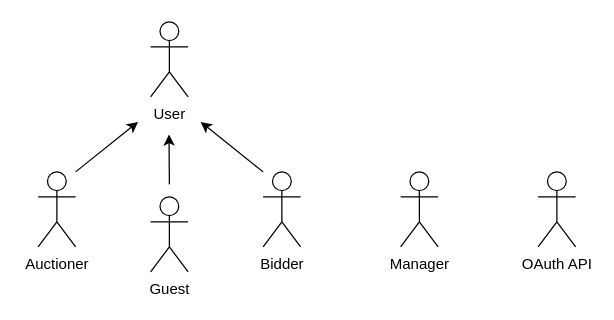
The draw.io diagram assets/A2.drawio in Miggs7/FEUP--LBAW, before the edit. Source tidied: cells renumbered, new cells numbered last; positions are measured from the earlier drawing's top-left corner, leaving out a move shared by most shapes. Both pictures are drawn from the tidied source at 125%, with x=0, y=0 at pixel (38, 21).
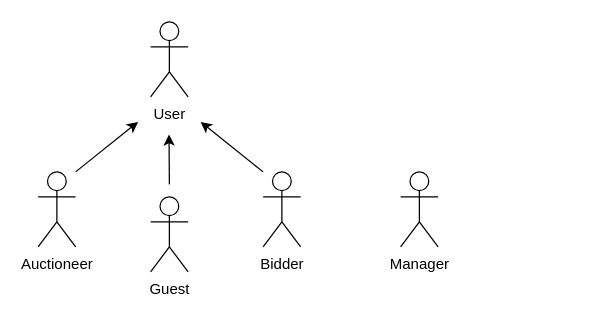
Above is the later version.

The edit, as a diff of the source:
```diff
@@
 <mxGraphModel>
   <root>
     <mxCell id="0" />
     <mxCell id="1" parent="0" />
     <mxCell id="2" value="User" style="shape=umlActor;verticalLabelPosition=bottom;verticalAlign=top;html=1;" parent="1" vertex="1">
       <mxGeometry x="90" width="30" height="60" as="geometry" />
     </mxCell>
-    <mxCell id="3" value="Auctioner" style="shape=umlActor;verticalLabelPosition=bottom;verticalAlign=top;html=1;" parent="1" vertex="1">
+    <mxCell id="3" value="Auctioneer" style="shape=umlActor;verticalLabelPosition=bottom;verticalAlign=top;html=1;" parent="1" vertex="1">
       <mxGeometry y="120" width="30" height="60" as="geometry" />
     </mxCell>
     <mxCell id="4" value="Bidder" style="shape=umlActor;verticalLabelPosition=bottom;verticalAlign=top;html=1;" parent="1" vertex="1">
       <mxGeometry x="180" y="120" width="30" height="60" as="geometry" />
     </mxCell>
     <mxCell id="5" style="endArrow=classic;html=1;rounded=0;" parent="1" edge="1">
       <mxGeometry relative="1" as="geometry">
         <mxPoint x="30" y="120" as="sourcePoint" />
         <mxPoint x="80" y="80" as="targetPoint" />
       </mxGeometry>
     </mxCell>
     <mxCell id="6" style="endArrow=classic;html=1;rounded=0;" parent="1" edge="1">
       <mxGeometry relative="1" as="geometry">
         <mxPoint x="180" y="120" as="sourcePoint" />
         <mxPoint x="130" y="80" as="targetPoint" />
       </mxGeometry>
     </mxCell>
     <mxCell id="7" style="endArrow=classic;html=1;rounded=0;" parent="1" edge="1">
       <mxGeometry relative="1" as="geometry">
         <mxPoint x="105" y="130" as="sourcePoint" />
         <mxPoint x="104.7" y="90" as="targetPoint" />
         <Array as="points">
           <mxPoint x="104.7" y="130" />
         </Array>
       </mxGeometry>
     </mxCell>
     <mxCell id="8" value="Guest" style="shape=umlActor;verticalLabelPosition=bottom;verticalAlign=top;html=1;" parent="1" vertex="1">
       <mxGeometry x="90" y="140" width="30" height="60" as="geometry" />
     </mxCell>
     <mxCell id="9" value="Manager" style="shape=umlActor;verticalLabelPosition=bottom;verticalAlign=top;html=1;" parent="1" vertex="1">
       <mxGeometry x="290" y="120" width="30" height="60" as="geometry" />
     </mxCell>
-    <mxCell id="10" value="OAuth API" style="shape=umlActor;verticalLabelPosition=bottom;verticalAlign=top;html=1;" parent="1" vertex="1">
-      <mxGeometry x="400" y="120" width="30" height="60" as="geometry" />
-    </mxCell>
   </root>
 </mxGraphModel>
```
